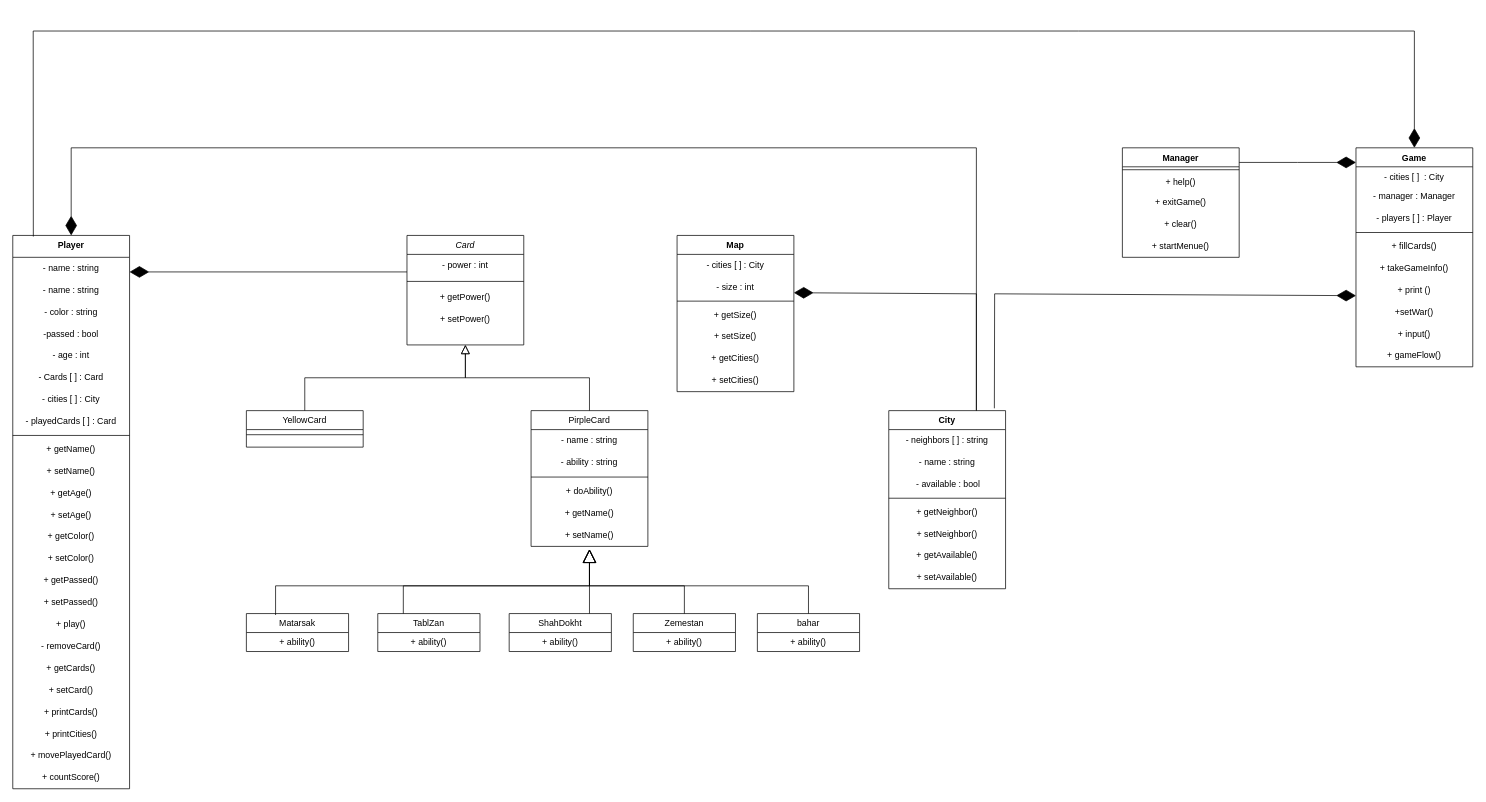
This is first_part.drawio from Mehrdad386/Rakab, a draw.io file, before an edit. Source tidied: cells renumbered, new cells numbered last; positions are measured from the earlier drawing's top-left corner, leaving out a move shared by most shapes. Both pictures are drawn from the tidied source at 73%, with x=0, y=0 at pixel (12, 31).
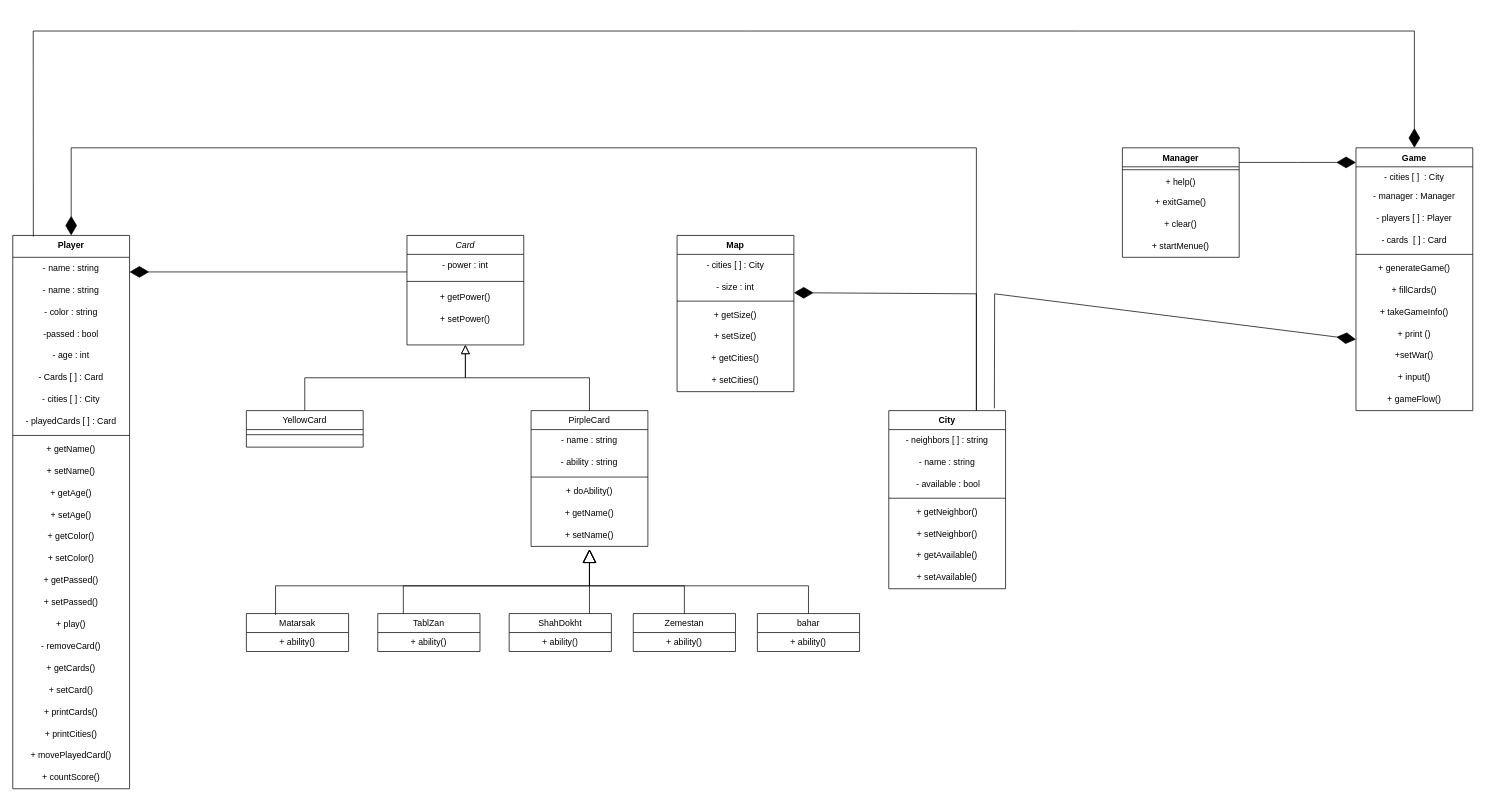
The same diagram, later.

What changed in the source:
```diff
@@
     <mxCell id="85" value="Game" style="swimlane;fontStyle=1;align=center;verticalAlign=top;horizontal=1;startSize=26;whiteSpace=wrap;html=1;" parent="1" vertex="1">
-      <mxGeometry x="1840" y="160" width="160" height="300" as="geometry" />
+      <mxGeometry x="1840" y="160" width="160" height="360" as="geometry" />
     </mxCell>
@@
+    <mxCell id="99" value="- cards&amp;nbsp; [ ] : Card" style="text;strokeColor=none;align=center;fillColor=none;html=1;verticalAlign=middle;whiteSpace=wrap;rounded=0;" parent="85" vertex="1">
+      <mxGeometry y="112" width="160" height="30" as="geometry" />
+    </mxCell>
     <mxCell id="89" style="line;strokeWidth=1;fillColor=none;align=left;verticalAlign=middle;spacingTop=-1;spacingLeft=3;spacingRight=3;labelPosition=right;strokeColor=inherit;" parent="85" vertex="1">
-      <mxGeometry y="112" width="160" height="8" as="geometry" />
+      <mxGeometry y="142" width="160" height="8" as="geometry" />
     </mxCell>
+    <mxCell id="100" value="+ generateGame()" style="text;strokeColor=none;align=center;fillColor=none;html=1;verticalAlign=middle;whiteSpace=wrap;rounded=0;" parent="85" vertex="1">
+      <mxGeometry y="150" width="160" height="30" as="geometry" />
+    </mxCell>
     <mxCell id="90" value="+ fillCards()" style="text;strokeColor=none;align=center;fillColor=none;html=1;verticalAlign=middle;whiteSpace=wrap;rounded=0;" parent="85" vertex="1">
-      <mxGeometry y="120" width="160" height="30" as="geometry" />
+      <mxGeometry y="180" width="160" height="30" as="geometry" />
     </mxCell>
     <mxCell id="91" value="+ takeGameInfo()" style="text;strokeColor=none;align=center;fillColor=none;html=1;verticalAlign=middle;whiteSpace=wrap;rounded=0;" parent="85" vertex="1">
-      <mxGeometry y="150" width="160" height="30" as="geometry" />
+      <mxGeometry y="210" width="160" height="30" as="geometry" />
     </mxCell>
     <mxCell id="92" value="+ print ()" style="text;strokeColor=none;align=center;fillColor=none;html=1;verticalAlign=middle;whiteSpace=wrap;rounded=0;" parent="85" vertex="1">
-      <mxGeometry y="180" width="160" height="30" as="geometry" />
+      <mxGeometry y="240" width="160" height="30" as="geometry" />
     </mxCell>
     <mxCell id="93" value="+setWar()" style="text;strokeColor=none;align=center;fillColor=none;html=1;verticalAlign=middle;whiteSpace=wrap;rounded=0;" parent="85" vertex="1">
-      <mxGeometry y="210" width="160" height="30" as="geometry" />
+      <mxGeometry y="270" width="160" height="30" as="geometry" />
     </mxCell>
     <mxCell id="94" value="+ input()" style="text;strokeColor=none;align=center;fillColor=none;html=1;verticalAlign=middle;whiteSpace=wrap;rounded=0;" parent="85" vertex="1">
-      <mxGeometry y="240" width="160" height="30" as="geometry" />
+      <mxGeometry y="300" width="160" height="30" as="geometry" />
     </mxCell>
     <mxCell id="95" value="+ gameFlow()" style="text;strokeColor=none;align=center;fillColor=none;html=1;verticalAlign=middle;whiteSpace=wrap;rounded=0;" parent="85" vertex="1">
-      <mxGeometry y="270" width="160" height="30" as="geometry" />
+      <mxGeometry y="330" width="160" height="30" as="geometry" />
     </mxCell>
```
